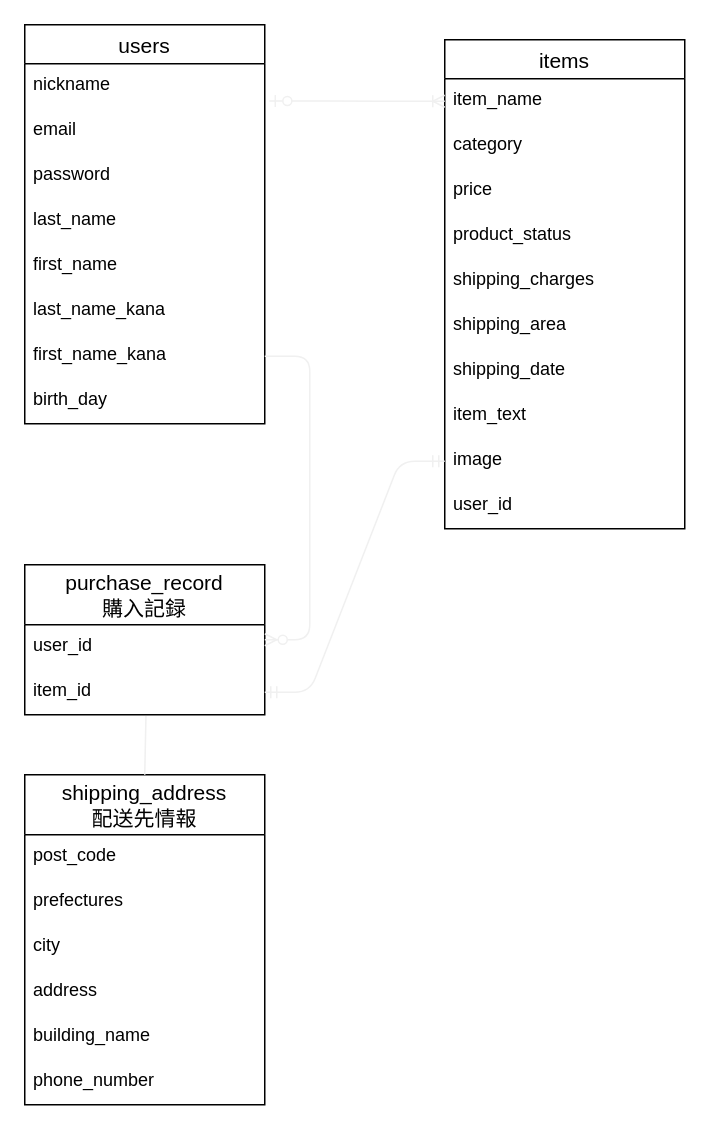
Above: furima.dio in yoshi-1023/furima-35059 (draw.io), before the change. Source tidied: cells renumbered, new cells numbered last; positions are measured from the earlier drawing's top-left corner, leaving out a move shared by most shapes. Both pictures are drawn from the tidied source at 150%, with x=0, y=0 at pixel (24, 24).
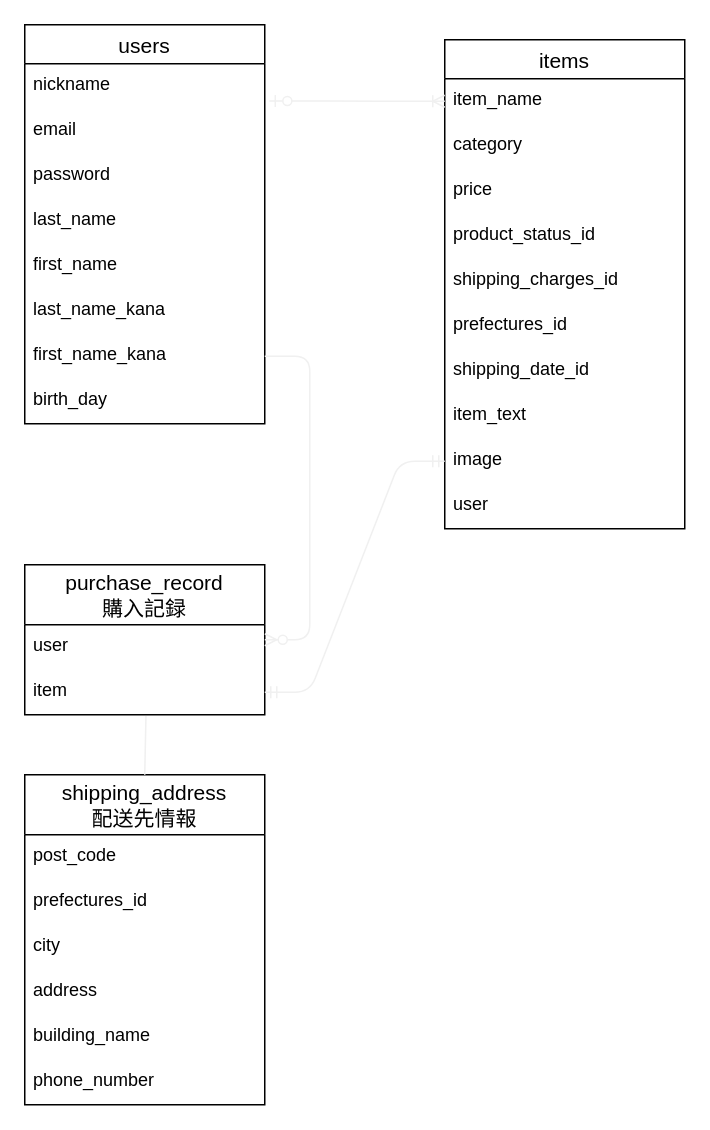
Above is the later version.

Commit message (it also covers changes not shown here):
データベース設計　修正2

The change refers to these unchanged cells:
```xml
<mxCell id="2" value="items" style="swimlane;fontStyle=0;horizontal=1;startSize=26;align=center;fontSize=14;" parent="1" vertex="1">
  <mxGeometry x="280" y="10" width="160" height="326" as="geometry" />
</mxCell>
<mxCell id="13" value="shipping_address&#10;配送先情報" style="swimlane;fontStyle=0;horizontal=1;startSize=40;align=center;fontSize=14;" parent="1" vertex="1">
  <mxGeometry y="500" width="160" height="220" as="geometry" />
</mxCell>
<mxCell id="20" value="purchase_record&#10;購入記録" style="swimlane;fontStyle=0;horizontal=1;startSize=40;align=center;fontSize=14;" parent="1" vertex="1">
  <mxGeometry y="360" width="160" height="100" as="geometry" />
</mxCell>
```

What changed in the source:
```diff
@@
-    <mxCell id="6" value="product_status" style="text;strokeColor=none;fillColor=none;spacingLeft=4;spacingRight=4;overflow=hidden;fontSize=12;" parent="2" vertex="1">
+    <mxCell id="6" value="product_status_id" style="text;strokeColor=none;fillColor=none;spacingLeft=4;spacingRight=4;overflow=hidden;fontSize=12;" parent="2" vertex="1">
       <mxGeometry y="116" width="160" height="30" as="geometry" />
     </mxCell>
-    <mxCell id="7" value="shipping_charges" style="text;strokeColor=none;fillColor=none;spacingLeft=4;spacingRight=4;overflow=hidden;fontSize=12;" parent="2" vertex="1">
+    <mxCell id="7" value="shipping_charges_id" style="text;strokeColor=none;fillColor=none;spacingLeft=4;spacingRight=4;overflow=hidden;fontSize=12;" parent="2" vertex="1">
       <mxGeometry y="146" width="160" height="30" as="geometry" />
     </mxCell>
-    <mxCell id="8" value="shipping_area" style="text;strokeColor=none;fillColor=none;spacingLeft=4;spacingRight=4;overflow=hidden;fontSize=12;" parent="2" vertex="1">
+    <mxCell id="8" value="prefectures_id" style="text;strokeColor=none;fillColor=none;spacingLeft=4;spacingRight=4;overflow=hidden;fontSize=12;" parent="2" vertex="1">
       <mxGeometry y="176" width="160" height="30" as="geometry" />
     </mxCell>
-    <mxCell id="9" value="shipping_date" style="text;strokeColor=none;fillColor=none;spacingLeft=4;spacingRight=4;overflow=hidden;fontSize=12;" parent="2" vertex="1">
+    <mxCell id="9" value="shipping_date_id" style="text;strokeColor=none;fillColor=none;spacingLeft=4;spacingRight=4;overflow=hidden;fontSize=12;" parent="2" vertex="1">
       <mxGeometry y="206" width="160" height="30" as="geometry" />
     </mxCell>
@@
-    <mxCell id="12" value="user_id" style="text;strokeColor=none;fillColor=none;spacingLeft=4;spacingRight=4;overflow=hidden;fontSize=12;" parent="2" vertex="1">
+    <mxCell id="12" value="user" style="text;strokeColor=none;fillColor=none;spacingLeft=4;spacingRight=4;overflow=hidden;fontSize=12;" parent="2" vertex="1">
       <mxGeometry y="296" width="160" height="30" as="geometry" />
     </mxCell>
@@
-    <mxCell id="15" value="prefectures" style="text;strokeColor=none;fillColor=none;spacingLeft=4;spacingRight=4;overflow=hidden;fontSize=12;" parent="13" vertex="1">
+    <mxCell id="15" value="prefectures_id" style="text;strokeColor=none;fillColor=none;spacingLeft=4;spacingRight=4;overflow=hidden;fontSize=12;" parent="13" vertex="1">
       <mxGeometry y="70" width="160" height="30" as="geometry" />
     </mxCell>
@@
-    <mxCell id="21" value="user_id" style="text;strokeColor=none;fillColor=none;spacingLeft=4;spacingRight=4;overflow=hidden;fontSize=12;" parent="20" vertex="1">
+    <mxCell id="21" value="user" style="text;strokeColor=none;fillColor=none;spacingLeft=4;spacingRight=4;overflow=hidden;fontSize=12;" parent="20" vertex="1">
       <mxGeometry y="40" width="160" height="30" as="geometry" />
     </mxCell>
-    <mxCell id="22" value="item_id" style="text;strokeColor=none;fillColor=none;spacingLeft=4;spacingRight=4;overflow=hidden;points=[[0,0.5],[1,0.5]];portConstraint=eastwest;fontSize=12;" parent="20" vertex="1">
+    <mxCell id="22" value="item" style="text;strokeColor=none;fillColor=none;spacingLeft=4;spacingRight=4;overflow=hidden;points=[[0,0.5],[1,0.5]];portConstraint=eastwest;fontSize=12;" parent="20" vertex="1">
       <mxGeometry y="70" width="160" height="30" as="geometry" />
     </mxCell>
```
